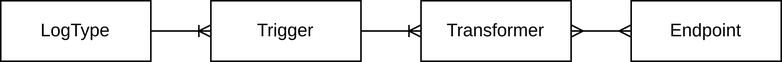
This is docs/erd.drawio.png from samcole8/sendlog, a draw.io export, as it was before one commit. Source tidied: cells renumbered, new cells last; positions are measured from the earlier drawing's top-left corner, leaving out a move shared by most shapes.
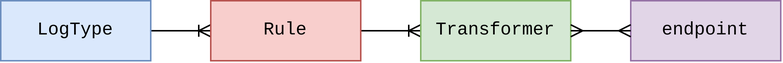
Above is the later version.

The edit, as a diff of the source:
```diff
@@ -8,16 +8,16 @@
     <mxCell id="3" style="edgeStyle=entityRelationEdgeStyle;fontSize=12;html=1;endArrow=ERoneToMany;" parent="1" edge="1" source="6" target="4">
       <mxGeometry relative="1" as="geometry" />
     </mxCell>
-    <mxCell id="4" value="Transformer" style="whiteSpace=wrap;html=1;align=center;" parent="1" vertex="1">
+    <mxCell id="4" value="Transformer" style="whiteSpace=wrap;html=1;align=center;fontFamily=Courier New;fillColor=#d5e8d4;strokeColor=#82b366;" parent="1" vertex="1">
       <mxGeometry x="280" width="100" height="40" as="geometry" />
     </mxCell>
-    <mxCell id="5" value="LogType" style="whiteSpace=wrap;html=1;align=center;" parent="1" vertex="1">
+    <mxCell id="5" value="LogType" style="whiteSpace=wrap;html=1;align=center;fontFamily=Courier New;fillColor=#dae8fc;strokeColor=#6c8ebf;" parent="1" vertex="1">
       <mxGeometry width="100" height="40" as="geometry" />
     </mxCell>
-    <mxCell id="6" value="Trigger" style="whiteSpace=wrap;html=1;align=center;" parent="1" vertex="1">
+    <mxCell id="6" value="Rule" style="whiteSpace=wrap;html=1;align=center;fontFamily=Courier New;fillColor=#f8cecc;strokeColor=#b85450;" parent="1" vertex="1">
       <mxGeometry x="140" width="100" height="40" as="geometry" />
     </mxCell>
-    <mxCell id="7" value="Endpoint" style="whiteSpace=wrap;html=1;align=center;" parent="1" vertex="1">
+    <mxCell id="7" value="endpoint" style="whiteSpace=wrap;html=1;align=center;fontFamily=Courier New;fillColor=#e1d5e7;strokeColor=#9673a6;" parent="1" vertex="1">
       <mxGeometry x="420" width="100" height="40" as="geometry" />
     </mxCell>
     <mxCell id="8" style="edgeStyle=entityRelationEdgeStyle;fontSize=12;html=1;endArrow=ERmany;startArrow=ERmany;" parent="1" edge="1" source="7" target="4">
```
